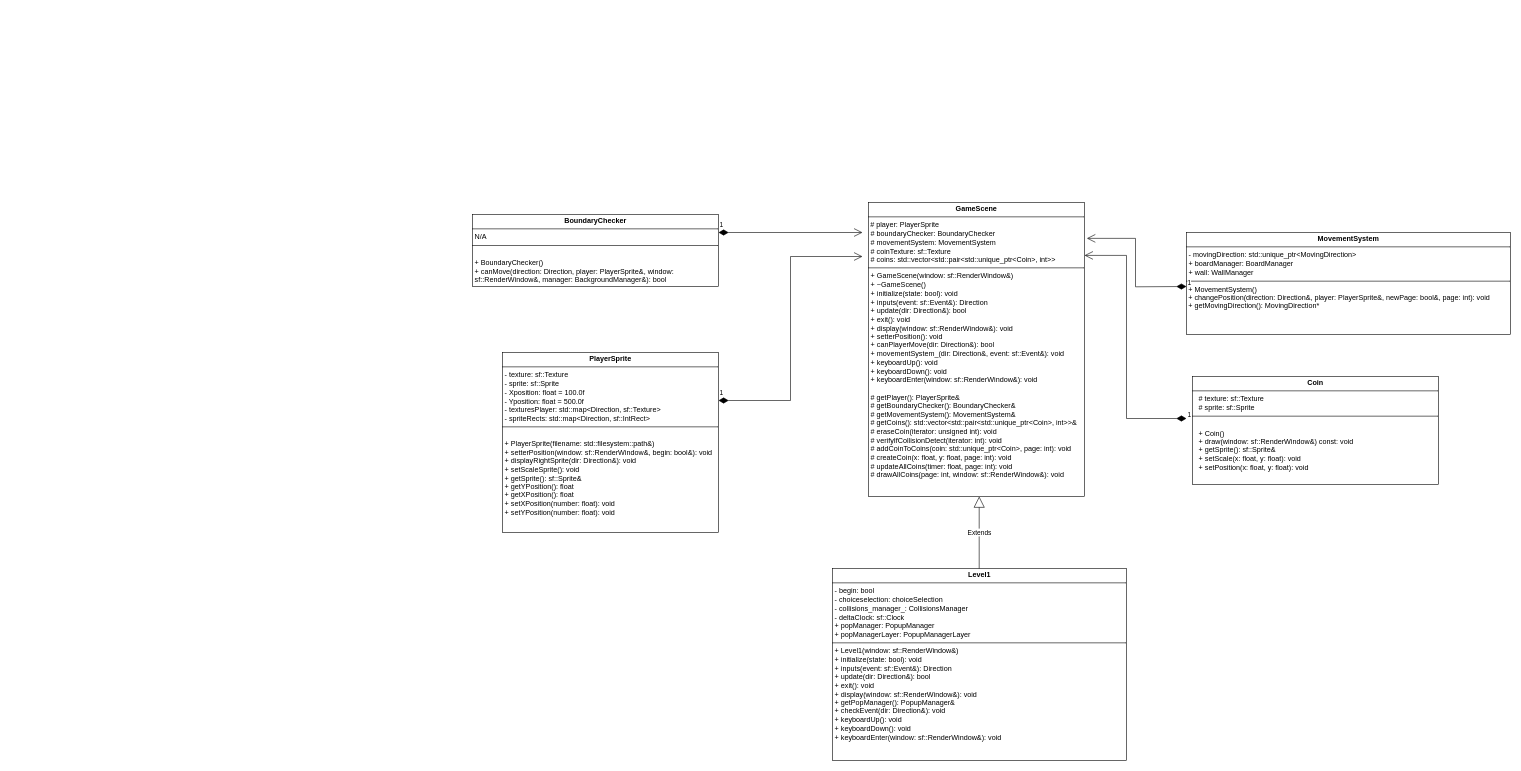
Before: page "GameScene" (2 of 5) of Diagramme sans nom.drawio in Bird120/FlightToHFT, a draw.io diagram. Source tidied: cells renumbered, new cells numbered last; positions are measured from the earlier drawing's top-left corner, leaving out a move shared by most shapes. Both pictures are drawn from the tidied source at 60%, with x=0, y=0 at pixel (472, 202).
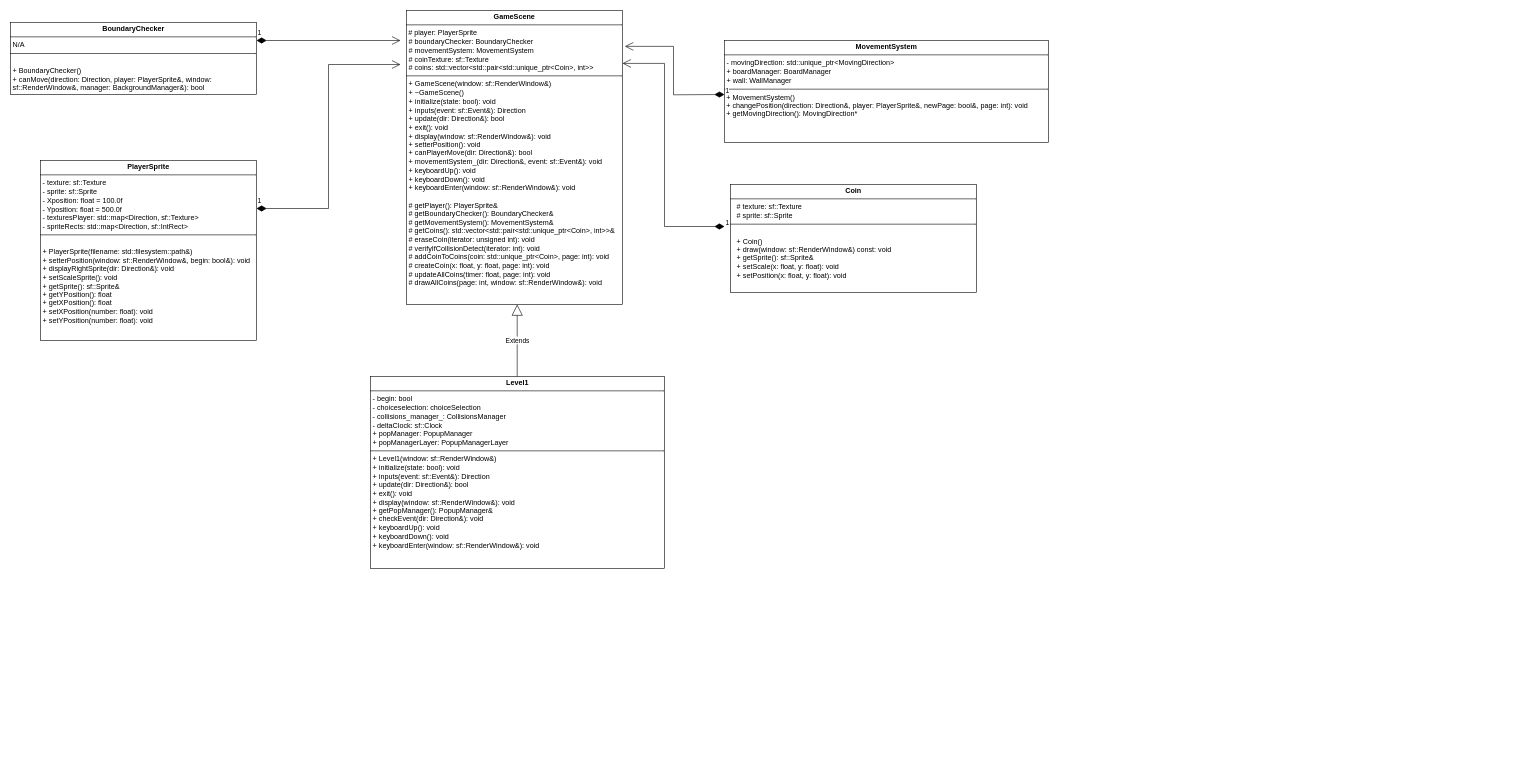
After the change.

What changed in the source:
```diff
@@
+    <mxCell id="14" style="group;" parent="1" vertex="1">
+      <mxGeometry x="-770" y="-320" width="1730" height="930" as="geometry" />
+    </mxCell>
-    <mxCell id="2" value="&lt;p style=&quot;margin:0px;margin-top:4px;text-align:center;&quot;&gt;&lt;b&gt;GameScene&lt;/b&gt;&lt;/p&gt;&lt;hr size=&quot;1&quot; style=&quot;border-style:solid;&quot;&gt;&amp;nbsp;# player: PlayerSprite&lt;p style=&quot;margin:0px;margin-left:4px;&quot;&gt;# boundaryChecker: BoundaryChecker&lt;br&gt;# movementSystem: MovementSystem&lt;br&gt;# coinTexture: sf::Texture&lt;br&gt;# coins: std::vector&amp;lt;std::pair&amp;lt;std::unique_ptr&amp;lt;Coin&amp;gt;, int&amp;gt;&amp;gt;&lt;/p&gt;&lt;hr size=&quot;1&quot; style=&quot;border-style:solid;&quot;&gt;&lt;p style=&quot;margin:0px;margin-left:4px;&quot;&gt;+ GameScene(window: sf::RenderWindow&amp;amp;)&lt;br&gt;+ ~GameScene()&lt;br&gt;+ initialize(state: bool): void&lt;br&gt;+ inputs(event: sf::Event&amp;amp;): Direction&lt;br&gt;+ update(dir: Direction&amp;amp;): bool&lt;br&gt;+ exit(): void&lt;br&gt;+ display(window: sf::RenderWindow&amp;amp;): void&lt;br&gt;+ setterPosition(): void&lt;br&gt;+ canPlayerMove(dir: Direction&amp;amp;): bool&lt;br&gt;+ movementSystem_(dir: Direction&amp;amp;, event: sf::Event&amp;amp;): void&lt;br&gt;+ keyboardUp(): void&lt;br&gt;+ keyboardDown(): void&lt;br&gt;+ keyboardEnter(window: sf::RenderWindow&amp;amp;): void&lt;/p&gt;&lt;p style=&quot;margin:0px;margin-left:4px;&quot;&gt;&lt;br&gt;&lt;/p&gt;&lt;p style=&quot;margin:0px;margin-left:4px;&quot;&gt;# getPlayer(): PlayerSprite&amp;amp;&lt;br&gt;# getBoundaryChecker(): BoundaryChecker&amp;amp;&lt;br&gt;# getMovementSystem(): MovementSystem&amp;amp;&lt;br&gt;# getCoins(): std::vector&amp;lt;std::pair&amp;lt;std::unique_ptr&amp;lt;Coin&amp;gt;, int&amp;gt;&amp;gt;&amp;amp;&lt;br&gt;# eraseCoin(iterator: unsigned int): void&lt;br&gt;# verifyIfCollisionDetect(iterator: int): void&lt;br&gt;# addCoinToCoins(coin: std::unique_ptr&amp;lt;Coin&amp;gt;, page: int): void&lt;br&gt;# createCoin(x: float, y: float, page: int): void&lt;br&gt;# updateAllCoins(timer: float, page: int): void&lt;br&gt;# drawAllCoins(page: int, window: sf::RenderWindow&amp;amp;): void&lt;br&gt;&lt;br&gt;&lt;/p&gt;" style="verticalAlign=top;align=left;overflow=fill;html=1;whiteSpace=wrap;" parent="1" vertex="1">
+    <mxCell id="2" value="&lt;p style=&quot;margin:0px;margin-top:4px;text-align:center;&quot;&gt;&lt;b&gt;GameScene&lt;/b&gt;&lt;/p&gt;&lt;hr size=&quot;1&quot; style=&quot;border-style:solid;&quot;&gt;&amp;nbsp;# player: PlayerSprite&lt;p style=&quot;margin:0px;margin-left:4px;&quot;&gt;# boundaryChecker: BoundaryChecker&lt;br&gt;# movementSystem: MovementSystem&lt;br&gt;# coinTexture: sf::Texture&lt;br&gt;# coins: std::vector&amp;lt;std::pair&amp;lt;std::unique_ptr&amp;lt;Coin&amp;gt;, int&amp;gt;&amp;gt;&lt;/p&gt;&lt;hr size=&quot;1&quot; style=&quot;border-style:solid;&quot;&gt;&lt;p style=&quot;margin:0px;margin-left:4px;&quot;&gt;+ GameScene(window: sf::RenderWindow&amp;amp;)&lt;br&gt;+ ~GameScene()&lt;br&gt;+ initialize(state: bool): void&lt;br&gt;+ inputs(event: sf::Event&amp;amp;): Direction&lt;br&gt;+ update(dir: Direction&amp;amp;): bool&lt;br&gt;+ exit(): void&lt;br&gt;+ display(window: sf::RenderWindow&amp;amp;): void&lt;br&gt;+ setterPosition(): void&lt;br&gt;+ canPlayerMove(dir: Direction&amp;amp;): bool&lt;br&gt;+ movementSystem_(dir: Direction&amp;amp;, event: sf::Event&amp;amp;): void&lt;br&gt;+ keyboardUp(): void&lt;br&gt;+ keyboardDown(): void&lt;br&gt;+ keyboardEnter(window: sf::RenderWindow&amp;amp;): void&lt;/p&gt;&lt;p style=&quot;margin:0px;margin-left:4px;&quot;&gt;&lt;br&gt;&lt;/p&gt;&lt;p style=&quot;margin:0px;margin-left:4px;&quot;&gt;# getPlayer(): PlayerSprite&amp;amp;&lt;br&gt;# getBoundaryChecker(): BoundaryChecker&amp;amp;&lt;br&gt;# getMovementSystem(): MovementSystem&amp;amp;&lt;br&gt;# getCoins(): std::vector&amp;lt;std::pair&amp;lt;std::unique_ptr&amp;lt;Coin&amp;gt;, int&amp;gt;&amp;gt;&amp;amp;&lt;br&gt;# eraseCoin(iterator: unsigned int): void&lt;br&gt;# verifyIfCollisionDetect(iterator: int): void&lt;br&gt;# addCoinToCoins(coin: std::unique_ptr&amp;lt;Coin&amp;gt;, page: int): void&lt;br&gt;# createCoin(x: float, y: float, page: int): void&lt;br&gt;# updateAllCoins(timer: float, page: int): void&lt;br&gt;# drawAllCoins(page: int, window: sf::RenderWindow&amp;amp;): void&lt;br&gt;&lt;br&gt;&lt;/p&gt;" style="verticalAlign=top;align=left;overflow=fill;html=1;whiteSpace=wrap;" parent="14" vertex="1">
       <mxGeometry x="660" width="360" height="490" as="geometry" />
     </mxCell>
-    <mxCell id="3" value="&lt;p style=&quot;margin:0px;margin-top:4px;text-align:center;&quot;&gt;&lt;b&gt;BoundaryChecker&lt;/b&gt;&lt;/p&gt;&lt;hr size=&quot;1&quot; style=&quot;border-style:solid;&quot;&gt;&lt;p style=&quot;margin:0px;margin-left:4px;&quot;&gt;N/A&lt;/p&gt;&lt;hr size=&quot;1&quot; style=&quot;border-style:solid;&quot;&gt;&lt;br&gt;&lt;p style=&quot;margin:0px;margin-left:4px;&quot;&gt;+ BoundaryChecker()&lt;br&gt;+ canMove(direction: Direction, player: PlayerSprite&amp;amp;, window: sf::RenderWindow&amp;amp;, manager: BackgroundManager&amp;amp;): bool&amp;nbsp;&lt;br&gt;&lt;br&gt;&lt;/p&gt;" style="verticalAlign=top;align=left;overflow=fill;html=1;whiteSpace=wrap;" parent="1" vertex="1">
+    <mxCell id="3" value="&lt;p style=&quot;margin:0px;margin-top:4px;text-align:center;&quot;&gt;&lt;b&gt;BoundaryChecker&lt;/b&gt;&lt;/p&gt;&lt;hr size=&quot;1&quot; style=&quot;border-style:solid;&quot;&gt;&lt;p style=&quot;margin:0px;margin-left:4px;&quot;&gt;N/A&lt;/p&gt;&lt;hr size=&quot;1&quot; style=&quot;border-style:solid;&quot;&gt;&lt;br&gt;&lt;p style=&quot;margin:0px;margin-left:4px;&quot;&gt;+ BoundaryChecker()&lt;br&gt;+ canMove(direction: Direction, player: PlayerSprite&amp;amp;, window: sf::RenderWindow&amp;amp;, manager: BackgroundManager&amp;amp;): bool&amp;nbsp;&lt;br&gt;&lt;br&gt;&lt;/p&gt;" style="verticalAlign=top;align=left;overflow=fill;html=1;whiteSpace=wrap;" parent="14" vertex="1">
       <mxGeometry y="20" width="410" height="120" as="geometry" />
     </mxCell>
-    <mxCell id="4" value="&lt;p style=&quot;margin:0px;margin-top:4px;text-align:center;&quot;&gt;&lt;b&gt;MovementSystem&lt;/b&gt;&lt;/p&gt;&lt;hr size=&quot;1&quot; style=&quot;border-style:solid;&quot;&gt;&lt;p style=&quot;margin:0px;margin-left:4px;&quot;&gt;- movingDirection: std::unique_ptr&amp;lt;MovingDirection&amp;gt;&amp;nbsp;&lt;br&gt;+ boardManager: BoardManager&lt;br&gt;+ wall: WallManager&lt;/p&gt;&lt;hr size=&quot;1&quot; style=&quot;border-style:solid;&quot;&gt;&amp;nbsp;+ MovementSystem()&lt;br&gt;&amp;nbsp;+ changePosition(direction: Direction&amp;amp;, player: PlayerSprite&amp;amp;, newPage: bool&amp;amp;, page: int): void&amp;nbsp;&lt;br&gt;&amp;nbsp;+ getMovingDirection(): MovingDirection*&amp;nbsp; &amp;nbsp;" style="verticalAlign=top;align=left;overflow=fill;html=1;whiteSpace=wrap;" parent="1" vertex="1">
+    <mxCell id="4" value="&lt;p style=&quot;margin:0px;margin-top:4px;text-align:center;&quot;&gt;&lt;b&gt;MovementSystem&lt;/b&gt;&lt;/p&gt;&lt;hr size=&quot;1&quot; style=&quot;border-style:solid;&quot;&gt;&lt;p style=&quot;margin:0px;margin-left:4px;&quot;&gt;- movingDirection: std::unique_ptr&amp;lt;MovingDirection&amp;gt;&amp;nbsp;&lt;br&gt;+ boardManager: BoardManager&lt;br&gt;+ wall: WallManager&lt;/p&gt;&lt;hr size=&quot;1&quot; style=&quot;border-style:solid;&quot;&gt;&amp;nbsp;+ MovementSystem()&lt;br&gt;&amp;nbsp;+ changePosition(direction: Direction&amp;amp;, player: PlayerSprite&amp;amp;, newPage: bool&amp;amp;, page: int): void&amp;nbsp;&lt;br&gt;&amp;nbsp;+ getMovingDirection(): MovingDirection*&amp;nbsp; &amp;nbsp;" style="verticalAlign=top;align=left;overflow=fill;html=1;whiteSpace=wrap;" parent="14" vertex="1">
       <mxGeometry x="1190" y="50" width="540" height="170" as="geometry" />
     </mxCell>
-    <mxCell id="5" value="&lt;p style=&quot;margin:0px;margin-top:4px;text-align:center;&quot;&gt;&lt;b&gt;PlayerSprite&lt;/b&gt;&lt;/p&gt;&lt;hr size=&quot;1&quot; style=&quot;border-style:solid;&quot;&gt;&lt;p style=&quot;margin:0px;margin-left:4px;&quot;&gt;- texture: sf::Texture&lt;br&gt;- sprite: sf::Sprite&lt;br&gt;- Xposition: float = 100.0f&lt;br&gt;- Yposition: float = 500.0f&lt;br&gt;- texturesPlayer: std::map&amp;lt;Direction, sf::Texture&amp;gt;&lt;br&gt;- spriteRects: std::map&amp;lt;Direction, sf::IntRect&amp;gt;&lt;/p&gt;&lt;hr size=&quot;1&quot; style=&quot;border-style:solid;&quot;&gt;&lt;p style=&quot;margin:0px;margin-left:4px;&quot;&gt;&lt;br&gt;&lt;/p&gt;&lt;p style=&quot;margin:0px;margin-left:4px;&quot;&gt;+ PlayerSprite(filename: std::filesystem::path&amp;amp;)&lt;br&gt;+ setterPosition(window: sf::RenderWindow&amp;amp;, begin: bool&amp;amp;): void&lt;br&gt;+ displayRightSprite(dir: Direction&amp;amp;): void&lt;br&gt;+ setScaleSprite(): void&lt;br&gt;+ getSprite(): sf::Sprite&amp;amp;&lt;br&gt;+ getYPosition(): float&lt;br&gt;+ getXPosition(): float&lt;br&gt;+ setXPosition(number: float): void&lt;br&gt;+ setYPosition(number: float): void&lt;/p&gt;" style="verticalAlign=top;align=left;overflow=fill;html=1;whiteSpace=wrap;" parent="1" vertex="1">
+    <mxCell id="5" value="&lt;p style=&quot;margin:0px;margin-top:4px;text-align:center;&quot;&gt;&lt;b&gt;PlayerSprite&lt;/b&gt;&lt;/p&gt;&lt;hr size=&quot;1&quot; style=&quot;border-style:solid;&quot;&gt;&lt;p style=&quot;margin:0px;margin-left:4px;&quot;&gt;- texture: sf::Texture&lt;br&gt;- sprite: sf::Sprite&lt;br&gt;- Xposition: float = 100.0f&lt;br&gt;- Yposition: float = 500.0f&lt;br&gt;- texturesPlayer: std::map&amp;lt;Direction, sf::Texture&amp;gt;&lt;br&gt;- spriteRects: std::map&amp;lt;Direction, sf::IntRect&amp;gt;&lt;/p&gt;&lt;hr size=&quot;1&quot; style=&quot;border-style:solid;&quot;&gt;&lt;p style=&quot;margin:0px;margin-left:4px;&quot;&gt;&lt;br&gt;&lt;/p&gt;&lt;p style=&quot;margin:0px;margin-left:4px;&quot;&gt;+ PlayerSprite(filename: std::filesystem::path&amp;amp;)&lt;br&gt;+ setterPosition(window: sf::RenderWindow&amp;amp;, begin: bool&amp;amp;): void&lt;br&gt;+ displayRightSprite(dir: Direction&amp;amp;): void&lt;br&gt;+ setScaleSprite(): void&lt;br&gt;+ getSprite(): sf::Sprite&amp;amp;&lt;br&gt;+ getYPosition(): float&lt;br&gt;+ getXPosition(): float&lt;br&gt;+ setXPosition(number: float): void&lt;br&gt;+ setYPosition(number: float): void&lt;/p&gt;" style="verticalAlign=top;align=left;overflow=fill;html=1;whiteSpace=wrap;" parent="14" vertex="1">
       <mxGeometry x="50" y="250" width="360" height="300" as="geometry" />
     </mxCell>
-    <mxCell id="6" style="group;" parent="1" vertex="1">
+    <mxCell id="6" style="group;" parent="14" vertex="1">
       <mxGeometry x="600" y="490" width="490" height="440" as="geometry" />
     </mxCell>
@@
-    <mxCell id="9" value="1" style="endArrow=open;html=1;endSize=12;startArrow=diamondThin;startSize=14;startFill=1;edgeStyle=orthogonalEdgeStyle;align=left;verticalAlign=bottom;rounded=0;" parent="1" edge="1">
+    <mxCell id="9" value="1" style="endArrow=open;html=1;endSize=12;startArrow=diamondThin;startSize=14;startFill=1;edgeStyle=orthogonalEdgeStyle;align=left;verticalAlign=bottom;rounded=0;" parent="14" edge="1">
       <mxGeometry x="-1" y="3" relative="1" as="geometry">
         <mxPoint x="410" y="330" as="sourcePoint" />
         <mxPoint x="650" y="90" as="targetPoint" />
         <Array as="points">
           <mxPoint x="530" y="330" />
           <mxPoint x="530" y="90" />
         </Array>
       </mxGeometry>
     </mxCell>
-    <mxCell id="10" value="1" style="endArrow=open;html=1;endSize=12;startArrow=diamondThin;startSize=14;startFill=1;edgeStyle=orthogonalEdgeStyle;align=left;verticalAlign=bottom;rounded=0;" parent="1" edge="1">
+    <mxCell id="10" value="1" style="endArrow=open;html=1;endSize=12;startArrow=diamondThin;startSize=14;startFill=1;edgeStyle=orthogonalEdgeStyle;align=left;verticalAlign=bottom;rounded=0;" parent="14" edge="1">
       <mxGeometry x="-1" y="3" relative="1" as="geometry">
         <mxPoint x="410" y="50" as="sourcePoint" />
         <mxPoint x="650" y="50" as="targetPoint" />
       </mxGeometry>
     </mxCell>
-    <mxCell id="11" value="1" style="endArrow=open;html=1;endSize=12;startArrow=diamondThin;startSize=14;startFill=1;edgeStyle=orthogonalEdgeStyle;align=left;verticalAlign=bottom;rounded=0;exitX=1.011;exitY=0.122;exitDx=0;exitDy=0;exitPerimeter=0;entryX=1.011;entryY=0.122;entryDx=0;entryDy=0;entryPerimeter=0;" parent="1" edge="1" target="2">
+    <mxCell id="11" value="1" style="endArrow=open;html=1;endSize=12;startArrow=diamondThin;startSize=14;startFill=1;edgeStyle=orthogonalEdgeStyle;align=left;verticalAlign=bottom;rounded=0;exitX=1.011;exitY=0.122;exitDx=0;exitDy=0;exitPerimeter=0;entryX=1.011;entryY=0.122;entryDx=0;entryDy=0;entryPerimeter=0;" parent="14" edge="1" target="2">
       <mxGeometry x="-1" y="3" relative="1" as="geometry">
         <mxPoint x="1190" y="140" as="sourcePoint" />
       </mxGeometry>
     </mxCell>
-    <mxCell id="12" value="&lt;p style=&quot;margin:0px;margin-top:4px;text-align:center;&quot;&gt;&lt;b&gt;Coin&lt;/b&gt;&lt;/p&gt;&lt;hr size=&quot;1&quot; style=&quot;border-style:solid;&quot;&gt;&lt;p style=&quot;margin:0px;margin-left:4px;&quot;&gt;&amp;nbsp; # texture: sf::Texture&lt;br&gt;&amp;nbsp; # sprite: sf::Sprite&lt;/p&gt;&lt;hr size=&quot;1&quot; style=&quot;border-style:solid;&quot;&gt;&lt;br&gt;&lt;p style=&quot;margin:0px;margin-left:4px;&quot;&gt;&amp;nbsp; + Coin()&lt;br&gt;&amp;nbsp; + draw(window: sf::RenderWindow&amp;amp;) const: void&lt;br&gt;&amp;nbsp; + getSprite(): sf::Sprite&amp;amp;&lt;br&gt;&amp;nbsp; + setScale(x: float, y: float): void&lt;br&gt;&amp;nbsp; + setPosition(x: float, y: float): void&lt;/p&gt;" style="verticalAlign=top;align=left;overflow=fill;html=1;whiteSpace=wrap;" parent="1" vertex="1">
+    <mxCell id="12" value="&lt;p style=&quot;margin:0px;margin-top:4px;text-align:center;&quot;&gt;&lt;b&gt;Coin&lt;/b&gt;&lt;/p&gt;&lt;hr size=&quot;1&quot; style=&quot;border-style:solid;&quot;&gt;&lt;p style=&quot;margin:0px;margin-left:4px;&quot;&gt;&amp;nbsp; # texture: sf::Texture&lt;br&gt;&amp;nbsp; # sprite: sf::Sprite&lt;/p&gt;&lt;hr size=&quot;1&quot; style=&quot;border-style:solid;&quot;&gt;&lt;br&gt;&lt;p style=&quot;margin:0px;margin-left:4px;&quot;&gt;&amp;nbsp; + Coin()&lt;br&gt;&amp;nbsp; + draw(window: sf::RenderWindow&amp;amp;) const: void&lt;br&gt;&amp;nbsp; + getSprite(): sf::Sprite&amp;amp;&lt;br&gt;&amp;nbsp; + setScale(x: float, y: float): void&lt;br&gt;&amp;nbsp; + setPosition(x: float, y: float): void&lt;/p&gt;" style="verticalAlign=top;align=left;overflow=fill;html=1;whiteSpace=wrap;" parent="14" vertex="1">
       <mxGeometry x="1200" y="290" width="410" height="180" as="geometry" />
     </mxCell>
-    <mxCell id="13" value="1" style="endArrow=open;html=1;endSize=12;startArrow=diamondThin;startSize=14;startFill=1;edgeStyle=orthogonalEdgeStyle;align=left;verticalAlign=bottom;rounded=0;exitX=1;exitY=0.18;exitDx=0;exitDy=0;exitPerimeter=0;entryX=1;entryY=0.18;entryDx=0;entryDy=0;entryPerimeter=0;" parent="1" edge="1" target="2">
+    <mxCell id="13" value="1" style="endArrow=open;html=1;endSize=12;startArrow=diamondThin;startSize=14;startFill=1;edgeStyle=orthogonalEdgeStyle;align=left;verticalAlign=bottom;rounded=0;exitX=1;exitY=0.18;exitDx=0;exitDy=0;exitPerimeter=0;entryX=1;entryY=0.18;entryDx=0;entryDy=0;entryPerimeter=0;" parent="14" edge="1" target="2">
       <mxGeometry x="-1" y="3" relative="1" as="geometry">
         <mxPoint x="1190" y="360" as="sourcePoint" />
         <Array as="points">
           <mxPoint x="1090" y="360" />
           <mxPoint x="1090" y="88" />
         </Array>
       </mxGeometry>
     </mxCell>
```
